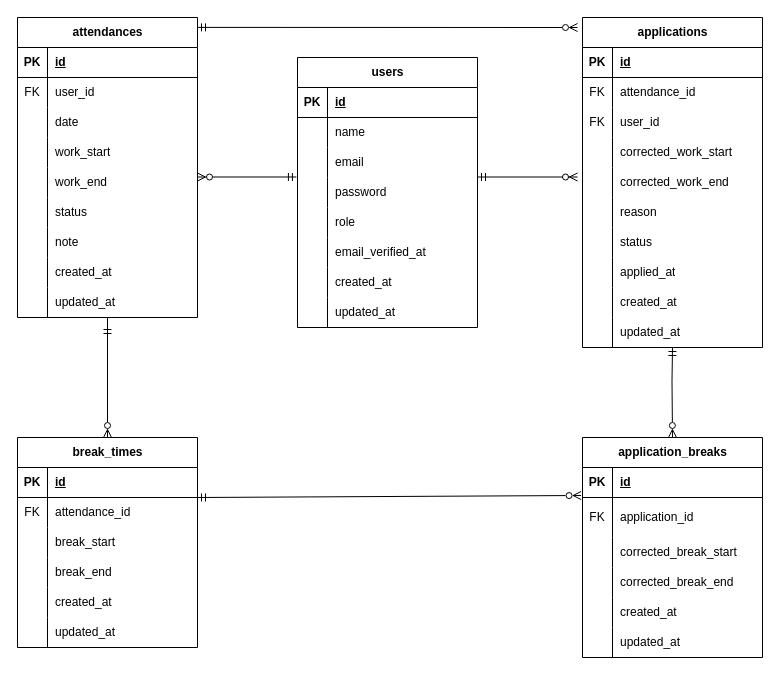
This is er-diagram.drawio from kokoro28k/attendance-app, a draw.io file, before an edit. Source tidied: cells renumbered, new cells numbered last; positions are measured from the earlier drawing's top-left corner, leaving out a move shared by most shapes. Both pictures are drawn from the tidied source at 100%, with x=0, y=0 at pixel (17, 17).
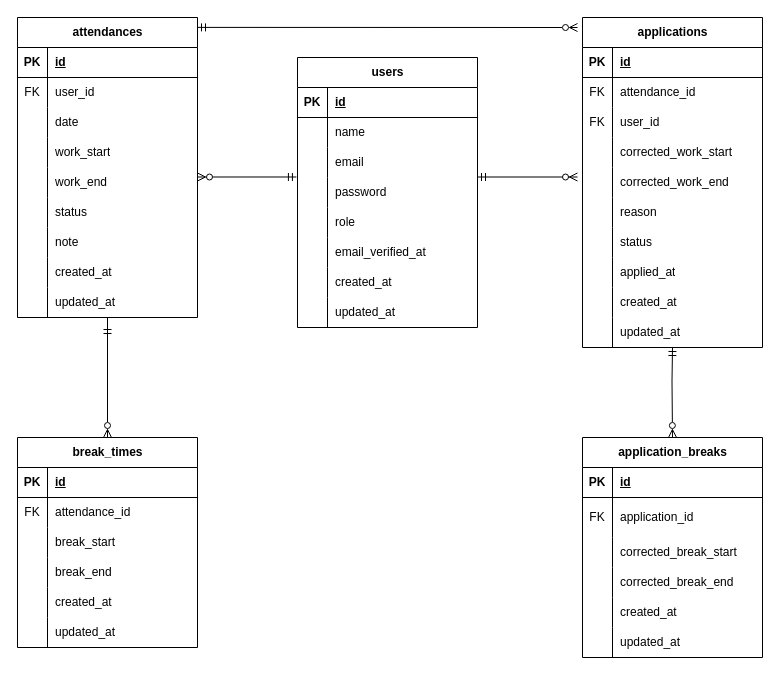
The same page after the edit.

The change refers to these unchanged cells:
```xml
<mxCell id="109" style="shape=tableRow;horizontal=0;startSize=0;swimlaneHead=0;swimlaneBody=0;fillColor=none;points=[[0,0.5],[1,0.5]];portConstraint=eastwest;top=0;left=0;right=0;bottom=0;" parent="105" vertex="1">
  <mxGeometry y="60" width="180" height="40" as="geometry" />
</mxCell>
```

What changed in the source:
```diff
@@
-    <mxCell id="129" style="endArrow=ERzeroToMany;html=1;rounded=0;startArrow=ERmandOne;startFill=0;endFill=0;entryX=-0.008;entryY=-0.05;entryDx=0;entryDy=0;entryPerimeter=0;" parent="1" edge="1" target="109">
-      <mxGeometry relative="1" as="geometry">
-        <mxPoint x="180" y="480" as="sourcePoint" />
-      </mxGeometry>
-    </mxCell>
```
